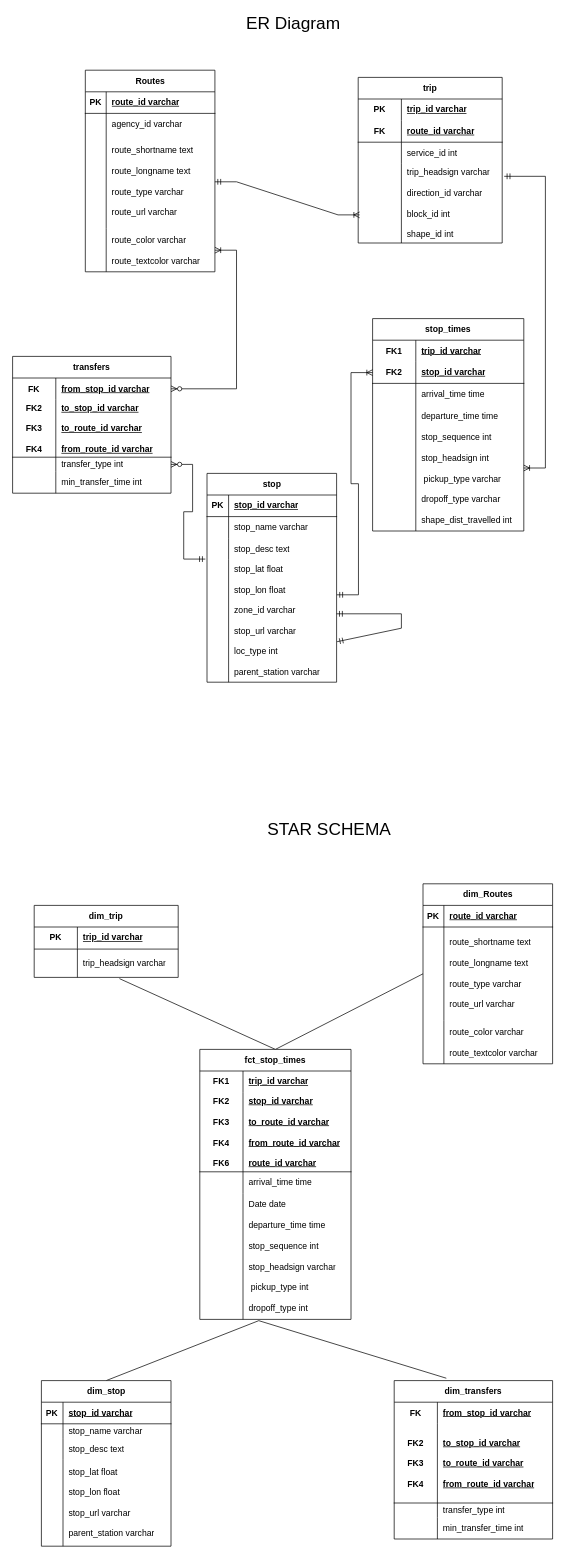
Earlier version of the draw.io diagram data_modelling/data_model_and_ER_diagram.drawio (yashjain02/BlaBlaCar_Assignment). Source tidied: cells renumbered, new cells numbered last; positions are measured from the earlier drawing's top-left corner, leaving out a move shared by most shapes. Both pictures are drawn from the tidied source at 72%, with x=0, y=0 at pixel (-176, 12).
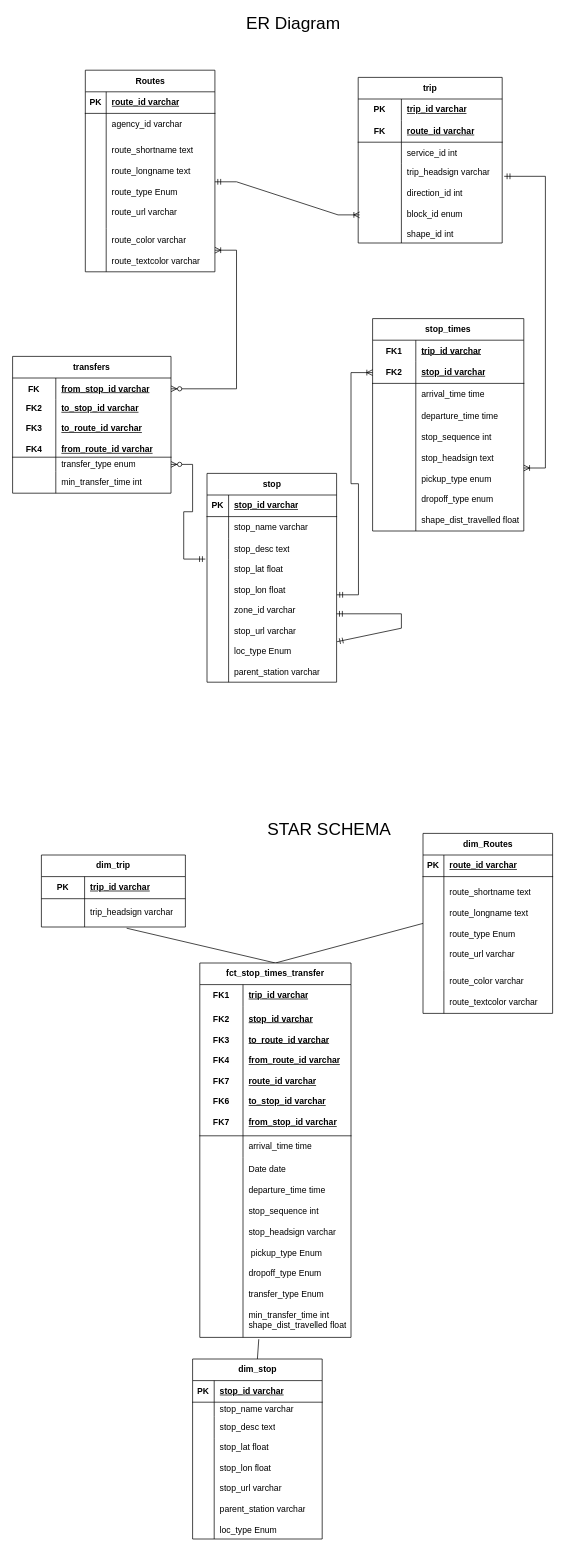
The same diagram, later.

Unchanged cells that the change refers to:
```xml
<mxCell id="9" style="shape=tableRow;horizontal=0;startSize=0;swimlaneHead=0;swimlaneBody=0;fillColor=none;points=[[0,0.5],[1,0.5]];portConstraint=eastwest;top=0;left=0;right=0;bottom=0;" parent="2" vertex="1">
  <mxGeometry y="90" width="180" height="130" as="geometry" />
</mxCell>
<mxCell id="25" style="shape=tableRow;horizontal=0;startSize=0;swimlaneHead=0;swimlaneBody=0;fillColor=none;points=[[0,0.5],[1,0.5]];portConstraint=eastwest;top=0;left=0;right=0;bottom=0;html=1;" parent="15" vertex="1">
  <mxGeometry y="120" width="200" height="110" as="geometry" />
</mxCell>
<mxCell id="38" style="shape=tableRow;horizontal=0;startSize=0;swimlaneHead=0;swimlaneBody=0;fillColor=none;points=[[0,0.5],[1,0.5]];portConstraint=eastwest;top=0;left=0;right=0;bottom=0;html=1;" parent="28" vertex="1">
  <mxGeometry y="120" width="210" height="175" as="geometry" />
</mxCell>
<mxCell id="48" style="shape=tableRow;horizontal=0;startSize=0;swimlaneHead=0;swimlaneBody=0;fillColor=none;points=[[0,0.5],[1,0.5]];portConstraint=eastwest;top=0;left=0;right=0;bottom=0;html=1;" parent="41" vertex="1">
  <mxGeometry y="140" width="220" height="20" as="geometry" />
</mxCell>
<mxCell id="79" style="shape=tableRow;horizontal=0;startSize=0;swimlaneHead=0;swimlaneBody=0;fillColor=none;points=[[0,0.5],[1,0.5]];portConstraint=eastwest;top=0;left=0;right=0;bottom=0;" parent="75" vertex="1">
  <mxGeometry y="60" width="180" height="130" as="geometry" />
</mxCell>
<mxCell id="132" style="shape=tableRow;horizontal=0;startSize=0;swimlaneHead=0;swimlaneBody=0;fillColor=none;points=[[0,0.5],[1,0.5]];portConstraint=eastwest;top=0;left=0;right=0;bottom=0;" parent="122" vertex="1">
  <mxGeometry y="120" width="180" height="170" as="geometry" />
</mxCell>
```

The edit, as a diff of the source:
```diff
@@
-    <mxCell id="11" value="route_shortname text&lt;br&gt;&lt;br&gt;route_longname text&lt;br&gt;&lt;br&gt;route_type varchar&lt;br&gt;&lt;br&gt;route_url varchar" style="shape=partialRectangle;fillColor=none;top=0;left=0;bottom=0;right=0;align=left;spacingLeft=6;overflow=hidden;whiteSpace=wrap;html=1;" parent="9" vertex="1">
+    <mxCell id="11" value="route_shortname text&lt;br&gt;&lt;br&gt;route_longname text&lt;br&gt;&lt;br&gt;route_type Enum&lt;br&gt;&lt;br&gt;route_url varchar" style="shape=partialRectangle;fillColor=none;top=0;left=0;bottom=0;right=0;align=left;spacingLeft=6;overflow=hidden;whiteSpace=wrap;html=1;" parent="9" vertex="1">
       <mxGeometry x="29" width="151" height="130" as="geometry" />
     </mxCell>
@@
-    <mxCell id="27" value="trip_headsign varchar&lt;br&gt;&lt;br&gt;direction_id varchar&lt;br&gt;&lt;br&gt;block_id int&lt;br&gt;&lt;br&gt;shape_id int" style="shape=partialRectangle;fillColor=none;top=0;left=0;bottom=0;right=0;align=left;spacingLeft=6;overflow=hidden;html=1;whiteSpace=wrap;" parent="25" vertex="1">
+    <mxCell id="27" value="trip_headsign varchar&lt;br&gt;&lt;br&gt;direction_id int&lt;br&gt;&lt;br&gt;block_id enum&lt;br&gt;&lt;br&gt;shape_id int" style="shape=partialRectangle;fillColor=none;top=0;left=0;bottom=0;right=0;align=left;spacingLeft=6;overflow=hidden;html=1;whiteSpace=wrap;" parent="25" vertex="1">
       <mxGeometry x="60" width="140" height="110" as="geometry" />
     </mxCell>
@@
-    <mxCell id="40" value="departure_time time&lt;br&gt;&lt;br&gt;stop_sequence int&lt;br&gt;&lt;br&gt;stop_headsign int&lt;br&gt;&lt;br&gt;&amp;nbsp;pickup_type varchar&lt;br&gt;&lt;br&gt;dropoff_type varchar&lt;br&gt;&lt;br&gt;shape_dist_travelled int" style="shape=partialRectangle;fillColor=none;top=0;left=0;bottom=0;right=0;align=left;spacingLeft=6;overflow=hidden;html=1;whiteSpace=wrap;" parent="38" vertex="1">
+    <mxCell id="40" value="departure_time time&lt;br&gt;&lt;br&gt;stop_sequence int&lt;br&gt;&lt;br&gt;stop_headsign text&lt;br&gt;&lt;br&gt;pickup_type enum&lt;br&gt;&lt;br&gt;dropoff_type enum&lt;br&gt;&lt;br&gt;shape_dist_travelled float" style="shape=partialRectangle;fillColor=none;top=0;left=0;bottom=0;right=0;align=left;spacingLeft=6;overflow=hidden;html=1;whiteSpace=wrap;" parent="38" vertex="1">
       <mxGeometry x="60" width="150" height="175" as="geometry" />
     </mxCell>
@@
-    <mxCell id="50" value="transfer_type int" style="shape=partialRectangle;fillColor=none;top=0;left=0;bottom=0;right=0;align=left;spacingLeft=6;overflow=hidden;html=1;whiteSpace=wrap;" parent="48" vertex="1">
+    <mxCell id="50" value="transfer_type enum" style="shape=partialRectangle;fillColor=none;top=0;left=0;bottom=0;right=0;align=left;spacingLeft=6;overflow=hidden;html=1;whiteSpace=wrap;" parent="48" vertex="1">
       <mxGeometry x="60" width="160" height="20" as="geometry" />
     </mxCell>
@@
-    <mxCell id="58" style="endArrow=none;html=1;rounded=0;entryX=0.329;entryY=-0.015;entryDx=0;entryDy=0;exitX=0.39;exitY=1.01;exitDx=0;exitDy=0;exitPerimeter=0;entryPerimeter=0;" parent="1" edge="1" source="72" target="98">
-      <mxGeometry relative="1" as="geometry" />
-    </mxCell>
@@
-    <mxCell id="62" value="fct_stop_times" style="shape=table;startSize=30;childLayout=tableLayout;rowLines=0;fontStyle=1;align=center;html=1;whiteSpace=wrap;" parent="1" vertex="1">
-      <mxGeometry x="521" y="1440" width="210" height="375" as="geometry" />
+    <mxCell id="62" value="fct_stop_times_transfer" style="shape=table;startSize=30;childLayout=tableLayout;rowLines=0;fontStyle=1;align=center;html=1;whiteSpace=wrap;" parent="1" vertex="1">
+      <mxGeometry x="521" y="1320" width="210" height="520" as="geometry" />
     </mxCell>
@@
     <mxCell id="66" style="shape=tableRow;horizontal=0;startSize=0;swimlaneHead=0;swimlaneBody=0;fillColor=none;top=0;left=0;right=0;bottom=1;html=1;" parent="62" vertex="1">
-      <mxGeometry y="60" width="210" height="110" as="geometry" />
+      <mxGeometry y="60" width="210" height="180" as="geometry" />
     </mxCell>
-    <mxCell id="67" value="FK2&lt;br&gt;&lt;br&gt;FK3&lt;br&gt;&lt;br&gt;FK4&lt;br&gt;&lt;br&gt;FK6" style="shape=partialRectangle;fillColor=none;top=0;left=0;bottom=0;right=0;fontStyle=1;overflow=hidden;html=1;whiteSpace=wrap;" parent="66" vertex="1">
-      <mxGeometry width="60" height="110" as="geometry" />
+    <mxCell id="67" value="FK2&lt;br&gt;&lt;br&gt;FK3&lt;br&gt;&lt;br&gt;FK4&lt;br&gt;&lt;br&gt;FK7&lt;br&gt;&lt;br&gt;FK6&lt;br&gt;&lt;br&gt;FK7" style="shape=partialRectangle;fillColor=none;top=0;left=0;bottom=0;right=0;fontStyle=1;overflow=hidden;html=1;whiteSpace=wrap;" parent="66" vertex="1">
+      <mxGeometry width="60" height="180" as="geometry" />
     </mxCell>
-    <mxCell id="68" value="stop_id varchar&lt;br&gt;&lt;br&gt;to_route_id varchar&lt;br&gt;&lt;br&gt;from_route_id varchar&lt;br&gt;&lt;br&gt;route_id varchar" style="shape=partialRectangle;fillColor=none;top=0;left=0;bottom=0;right=0;align=left;spacingLeft=6;fontStyle=5;overflow=hidden;html=1;whiteSpace=wrap;" parent="66" vertex="1">
-      <mxGeometry x="60" width="150" height="110" as="geometry" />
+    <mxCell id="68" value="stop_id varchar&lt;br&gt;&lt;br&gt;to_route_id varchar&lt;br&gt;&lt;br&gt;from_route_id varchar&lt;br&gt;&lt;br&gt;route_id varchar&lt;br&gt;&lt;br&gt;to_stop_id varchar&lt;br&gt;&lt;br&gt;from_stop_id varchar" style="shape=partialRectangle;fillColor=none;top=0;left=0;bottom=0;right=0;align=left;spacingLeft=6;fontStyle=5;overflow=hidden;html=1;whiteSpace=wrap;" parent="66" vertex="1">
+      <mxGeometry x="60" width="150" height="180" as="geometry" />
     </mxCell>
     <mxCell id="69" style="shape=tableRow;horizontal=0;startSize=0;swimlaneHead=0;swimlaneBody=0;fillColor=none;top=0;left=0;right=0;bottom=0;html=1;" parent="62" vertex="1">
-      <mxGeometry y="170" width="210" height="30" as="geometry" />
+      <mxGeometry y="240" width="210" height="30" as="geometry" />
     </mxCell>
@@
     <mxCell id="72" style="shape=tableRow;horizontal=0;startSize=0;swimlaneHead=0;swimlaneBody=0;fillColor=none;points=[[0,0.5],[1,0.5]];portConstraint=eastwest;top=0;left=0;right=0;bottom=0;html=1;" parent="62" vertex="1">
-      <mxGeometry y="200" width="210" height="175" as="geometry" />
+      <mxGeometry y="270" width="210" height="250" as="geometry" />
     </mxCell>
     <mxCell id="73" style="shape=partialRectangle;fillColor=none;top=0;left=0;bottom=0;right=0;overflow=hidden;html=1;whiteSpace=wrap;" parent="72" vertex="1">
-      <mxGeometry width="60" height="175" as="geometry" />
+      <mxGeometry width="60" height="250" as="geometry" />
     </mxCell>
-    <mxCell id="74" value="Date date&lt;br&gt;&lt;br&gt;departure_time time&lt;br&gt;&lt;br&gt;stop_sequence int&lt;br&gt;&lt;br&gt;stop_headsign varchar&lt;br&gt;&lt;br&gt;&amp;nbsp;pickup_type int&lt;br&gt;&lt;br&gt;dropoff_type int" style="shape=partialRectangle;fillColor=none;top=0;left=0;bottom=0;right=0;align=left;spacingLeft=6;overflow=hidden;html=1;whiteSpace=wrap;" parent="72" vertex="1">
-      <mxGeometry x="60" width="150" height="175" as="geometry" />
+    <mxCell id="74" value="Date date&lt;br&gt;&lt;br&gt;departure_time time&lt;br&gt;&lt;br&gt;stop_sequence int&lt;br&gt;&lt;br&gt;stop_headsign varchar&lt;br&gt;&lt;br&gt;&amp;nbsp;pickup_type Enum&lt;br&gt;&lt;br&gt;dropoff_type Enum&lt;br&gt;&lt;br&gt;transfer_type Enum&lt;br&gt;&lt;br&gt;min_transfer_time int&lt;br&gt;shape_dist_travelled float" style="shape=partialRectangle;fillColor=none;top=0;left=0;bottom=0;right=0;align=left;spacingLeft=6;overflow=hidden;html=1;whiteSpace=wrap;" parent="72" vertex="1">
+      <mxGeometry x="60" width="150" height="250" as="geometry" />
     </mxCell>
     <mxCell id="75" value="dim_Routes" style="shape=table;startSize=30;childLayout=tableLayout;rowLines=0;fontStyle=1;align=center;html=1;" parent="1" vertex="1">
-      <mxGeometry x="831" y="1210" width="180" height="250" as="geometry" />
+      <mxGeometry x="831" y="1140" width="180" height="250" as="geometry" />
     </mxCell>
@@
-    <mxCell id="81" value="route_shortname text&lt;br&gt;&lt;br&gt;route_longname text&lt;br&gt;&lt;br&gt;route_type varchar&lt;br&gt;&lt;br&gt;route_url varchar" style="shape=partialRectangle;fillColor=none;top=0;left=0;bottom=0;right=0;align=left;spacingLeft=6;overflow=hidden;whiteSpace=wrap;html=1;" parent="79" vertex="1">
+    <mxCell id="81" value="route_shortname text&lt;br&gt;&lt;br&gt;route_longname text&lt;br&gt;&lt;br&gt;route_type Enum&lt;br&gt;&lt;br&gt;route_url varchar" style="shape=partialRectangle;fillColor=none;top=0;left=0;bottom=0;right=0;align=left;spacingLeft=6;overflow=hidden;whiteSpace=wrap;html=1;" parent="79" vertex="1">
       <mxGeometry x="29" width="151" height="130" as="geometry" />
     </mxCell>
@@
     <mxCell id="85" value="dim_stop" style="shape=table;startSize=30;childLayout=tableLayout;rowLines=0;fontStyle=1;align=center;html=1;" parent="1" vertex="1">
-      <mxGeometry x="301" y="1900" width="180" height="230" as="geometry" />
+      <mxGeometry x="511" y="1870" width="180" height="250" as="geometry" />
     </mxCell>
@@
     <mxCell id="95" style="shape=tableRow;horizontal=0;startSize=0;swimlaneHead=0;swimlaneBody=0;fillColor=none;top=0;left=0;right=0;bottom=0;" parent="85" vertex="1">
-      <mxGeometry y="110" width="180" height="120" as="geometry" />
+      <mxGeometry y="110" width="180" height="140" as="geometry" />
     </mxCell>
     <mxCell id="96" style="shape=partialRectangle;fillColor=none;top=0;left=0;bottom=0;right=0;overflow=hidden;whiteSpace=wrap;html=1;" parent="95" vertex="1">
-      <mxGeometry width="30" height="120" as="geometry" />
+      <mxGeometry width="30" height="140" as="geometry" />
     </mxCell>
-    <mxCell id="97" value="stop_lat float&lt;br&gt;&lt;br&gt;stop_lon float&lt;br&gt;&lt;br&gt;stop_url varchar&lt;br&gt;&lt;br&gt;parent_station varchar" style="shape=partialRectangle;fillColor=none;top=0;left=0;bottom=0;right=0;align=left;spacingLeft=6;overflow=hidden;whiteSpace=wrap;html=1;" parent="95" vertex="1">
-      <mxGeometry x="30" width="150" height="120" as="geometry" />
+    <mxCell id="97" value="stop_lat float&lt;br&gt;&lt;br&gt;stop_lon float&lt;br&gt;&lt;br&gt;stop_url varchar&lt;br&gt;&lt;br&gt;parent_station varchar&lt;br&gt;&lt;br&gt;loc_type Enum" style="shape=partialRectangle;fillColor=none;top=0;left=0;bottom=0;right=0;align=left;spacingLeft=6;overflow=hidden;whiteSpace=wrap;html=1;" parent="95" vertex="1">
+      <mxGeometry x="30" width="150" height="140" as="geometry" />
     </mxCell>
-    <mxCell id="98" value="dim_transfers" style="shape=table;startSize=30;childLayout=tableLayout;rowLines=0;fontStyle=1;align=center;html=1;whiteSpace=wrap;" parent="1" vertex="1">
-      <mxGeometry x="791" y="1900" width="220" height="220" as="geometry" />
-    </mxCell>
-    <mxCell id="99" style="shape=tableRow;horizontal=0;startSize=0;swimlaneHead=0;swimlaneBody=0;fillColor=none;top=0;left=0;right=0;bottom=0;html=1;" parent="98" vertex="1">
-      <mxGeometry y="30" width="220" height="30" as="geometry" />
-    </mxCell>
-    <mxCell id="100" value="FK" style="shape=partialRectangle;fillColor=none;top=0;left=0;bottom=0;right=0;fontStyle=1;overflow=hidden;html=1;whiteSpace=wrap;" parent="99" vertex="1">
-      <mxGeometry width="60" height="30" as="geometry" />
-    </mxCell>
-    <mxCell id="101" value="from_stop_id varchar" style="shape=partialRectangle;fillColor=none;top=0;left=0;bottom=0;right=0;align=left;spacingLeft=6;fontStyle=5;overflow=hidden;html=1;whiteSpace=wrap;" parent="99" vertex="1">
-      <mxGeometry x="60" width="160" height="30" as="geometry" />
-    </mxCell>
-    <mxCell id="102" style="shape=tableRow;horizontal=0;startSize=0;swimlaneHead=0;swimlaneBody=0;fillColor=none;top=0;left=0;right=0;bottom=1;html=1;" parent="98" vertex="1">
-      <mxGeometry y="60" width="220" height="110" as="geometry" />
-    </mxCell>
-    <mxCell id="103" value="FK2&lt;br&gt;&lt;br&gt;FK3&lt;br&gt;&lt;br&gt;FK4" style="shape=partialRectangle;fillColor=none;top=0;left=0;bottom=0;right=0;fontStyle=1;overflow=hidden;html=1;whiteSpace=wrap;" parent="102" vertex="1">
-      <mxGeometry width="60" height="110" as="geometry" />
-    </mxCell>
-    <mxCell id="104" value="to_stop_id varchar&lt;br&gt;&lt;br&gt;to_route_id varchar&lt;br&gt;&lt;br&gt;from_route_id varchar" style="shape=partialRectangle;fillColor=none;top=0;left=0;bottom=0;right=0;align=left;spacingLeft=6;fontStyle=5;overflow=hidden;html=1;whiteSpace=wrap;" parent="102" vertex="1">
-      <mxGeometry x="60" width="160" height="110" as="geometry" />
-    </mxCell>
-    <mxCell id="105" style="shape=tableRow;horizontal=0;startSize=0;swimlaneHead=0;swimlaneBody=0;fillColor=none;top=0;left=0;right=0;bottom=0;html=1;" parent="98" vertex="1">
-      <mxGeometry y="170" width="220" height="20" as="geometry" />
-    </mxCell>
-    <mxCell id="106" style="shape=partialRectangle;fillColor=none;top=0;left=0;bottom=0;right=0;overflow=hidden;html=1;whiteSpace=wrap;" parent="105" vertex="1">
-      <mxGeometry width="60" height="20" as="geometry" />
-    </mxCell>
-    <mxCell id="107" value="transfer_type int" style="shape=partialRectangle;fillColor=none;top=0;left=0;bottom=0;right=0;align=left;spacingLeft=6;overflow=hidden;html=1;whiteSpace=wrap;" parent="105" vertex="1">
-      <mxGeometry x="60" width="160" height="20" as="geometry" />
-    </mxCell>
-    <mxCell id="108" style="shape=tableRow;horizontal=0;startSize=0;swimlaneHead=0;swimlaneBody=0;fillColor=none;top=0;left=0;right=0;bottom=0;html=1;" parent="98" vertex="1">
-      <mxGeometry y="190" width="220" height="30" as="geometry" />
-    </mxCell>
-    <mxCell id="109" style="shape=partialRectangle;fillColor=none;top=0;left=0;bottom=0;right=0;overflow=hidden;html=1;whiteSpace=wrap;" parent="108" vertex="1">
-      <mxGeometry width="60" height="30" as="geometry" />
-    </mxCell>
-    <mxCell id="110" value="min_transfer_time int" style="shape=partialRectangle;fillColor=none;top=0;left=0;bottom=0;right=0;align=left;spacingLeft=6;overflow=hidden;html=1;whiteSpace=wrap;" parent="108" vertex="1">
-      <mxGeometry x="60" width="160" height="30" as="geometry" />
-    </mxCell>
     <mxCell id="111" value="dim_trip" style="shape=table;startSize=30;childLayout=tableLayout;rowLines=0;fontStyle=1;align=center;html=1;whiteSpace=wrap;" parent="1" vertex="1">
-      <mxGeometry x="291" y="1240" width="200" height="100" as="geometry" />
+      <mxGeometry x="301" y="1170" width="200" height="100" as="geometry" />
     </mxCell>
@@
-    <mxCell id="134" value="stop_lat float&lt;br&gt;&lt;br&gt;stop_lon float&lt;br&gt;&lt;br&gt;zone_id varchar&lt;br&gt;&lt;br&gt;stop_url varchar&lt;br&gt;&lt;br&gt;loc_type int&lt;br&gt;&lt;br&gt;parent_station varchar" style="shape=partialRectangle;fillColor=none;top=0;left=0;bottom=0;right=0;align=left;spacingLeft=6;overflow=hidden;whiteSpace=wrap;html=1;" parent="132" vertex="1">
+    <mxCell id="134" value="stop_lat float&lt;br&gt;&lt;br&gt;stop_lon float&lt;br&gt;&lt;br&gt;zone_id varchar&lt;br&gt;&lt;br&gt;stop_url varchar&lt;br&gt;&lt;br&gt;loc_type Enum&lt;br&gt;&lt;br&gt;parent_station varchar" style="shape=partialRectangle;fillColor=none;top=0;left=0;bottom=0;right=0;align=left;spacingLeft=6;overflow=hidden;whiteSpace=wrap;html=1;" parent="132" vertex="1">
       <mxGeometry x="30" width="150" height="170" as="geometry" />
     </mxCell>
```
